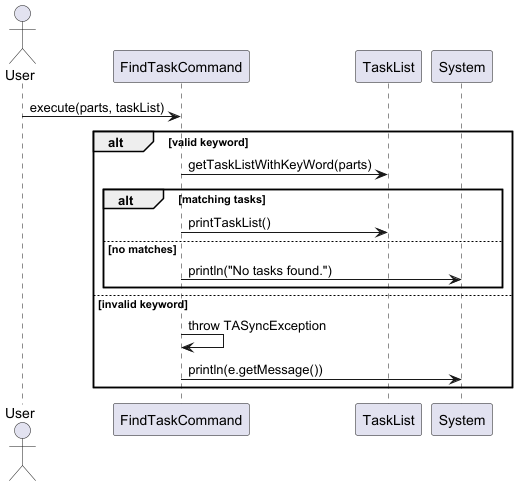
The PlantUML diagram docs/diagrams/tasklistcommands/FindTaskCommandSequenceDiagram.png in wongyihao02/tp, before a commit.
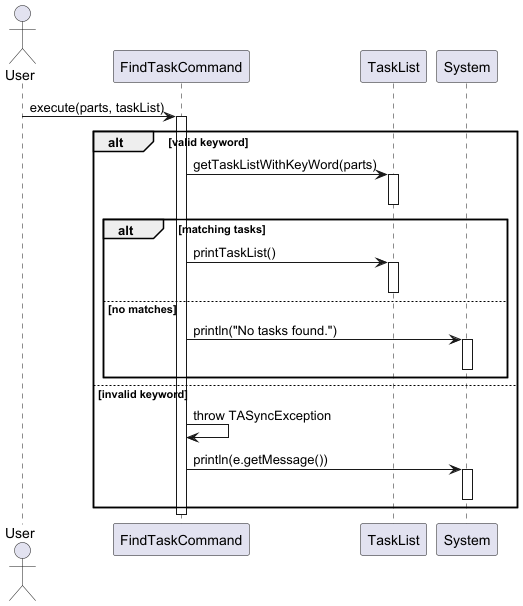
After the change.

Diff of the diagram source:
```diff
@@ -7,17 +7,28 @@
 participant "System" as Console
 
 User -> FindCmd : execute(parts, taskList)
+activate FindCmd
 
 alt valid keyword
     FindCmd -> TaskList : getTaskListWithKeyWord(parts)
+    activate TaskList
+    deactivate TaskList
+
     alt matching tasks
         FindCmd -> TaskList : printTaskList()
+        activate TaskList
+        deactivate TaskList
     else no matches
         FindCmd -> Console : println("No tasks found.")
+        activate Console
+        deactivate Console
     end
 else invalid keyword
     FindCmd -> FindCmd : throw TASyncException
     FindCmd -> Console : println(e.getMessage())
+    activate Console
+    deactivate Console
 end
 
+deactivate FindCmd
 @enduml
```
